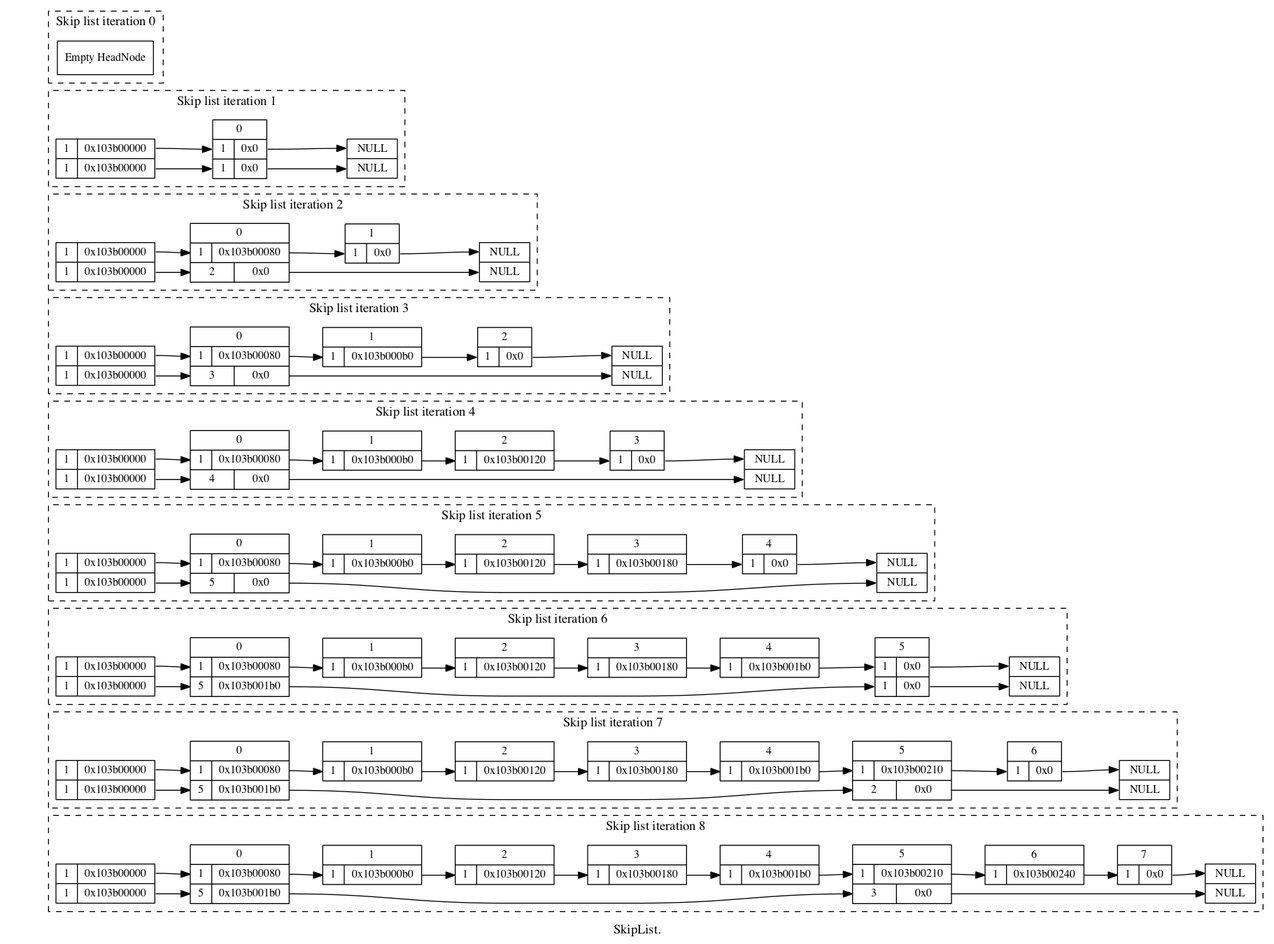
paulross/skiplist keeps this Graphviz diagram as doc/skiplist_visualisation/dot/doc_insert_12-5_percent.png. Above is the earlier version. Its source is kept beside it as doc/skiplist_visualisation/dot/doc_insert_12-5_percent.dot.
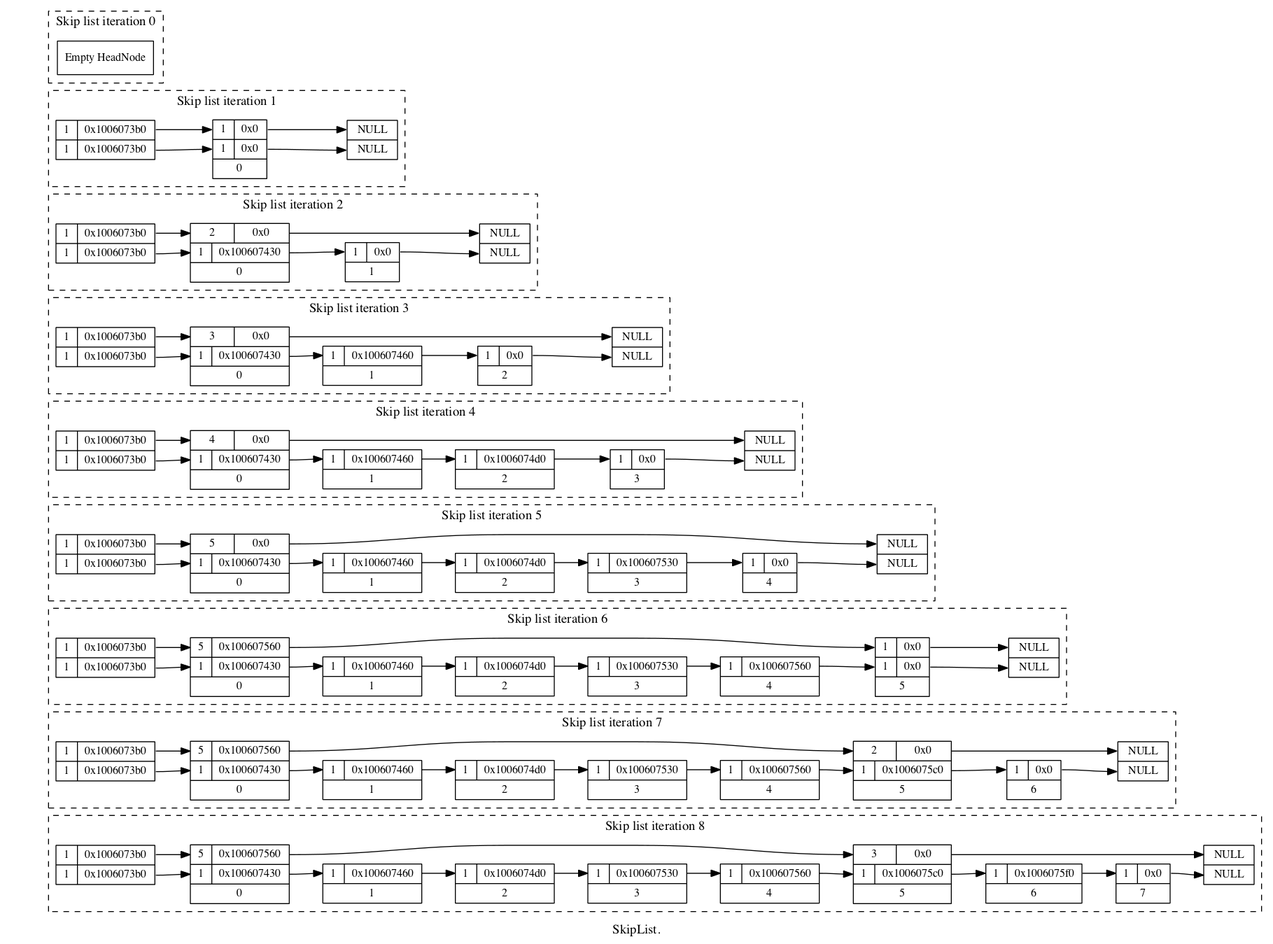
The same file after the commit.

What changed in the source:
```diff
@@ -7,297 +7,324 @@
 subgraph cluster0 {
 style=dashed
 label="Skip list iteration 0"
+
 "HeadNode0" [
 label = "Empty HeadNode"
 shape = "record"
 ];
+
+
 }
 
 subgraph cluster1 {
 style=dashed
 label="Skip list iteration 1"
+
 "HeadNode1" [
-label = "{ 1 | <f0> 0x103b00000} | { 1 | <f1> 0x103b00000}"
+label = "{ 1 | <f2> 0x1006073b0} | { 1 | <f1> 0x1006073b0}"
 shape = "record"
 ];
-"node10x0" [label = "<w1> NULL | <w2> NULL" shape = "record"];
-"HeadNode1":f0 -> "node10x103b00000":w1 [];
-"HeadNode1":f1 -> "node10x103b00000":w2 [];
-"node10x103b00000" [
-label = "<f0> 0 | { <w1> 1 | <f1> 0x0 } | { <w2> 1 | <f2> 0x0 }"
+"HeadNode1":f1 -> "node10x1006073b0":w1 [];
+"HeadNode1":f2 -> "node10x1006073b0":w2 [];
+
+"node10x1006073b0" [
+label = " { <w2> 1 | <f2> 0x0 } | { <w1> 1 | <f1> 0x0 } | <f0> 0"
 shape = "record"
 ];
-"node10x103b00000":f1 -> "node10x0":w1 [];
-"node10x103b00000":f2 -> "node10x0":w2 [];
+"node10x1006073b0":f1 -> "node10x0":w1 [];
+"node10x1006073b0":f2 -> "node10x0":w2 [];
+
+"node10x0" [label = "<w2> NULL | <w1> NULL" shape = "record"];
 }
 
 subgraph cluster2 {
 style=dashed
 label="Skip list iteration 2"
+
 "HeadNode2" [
-label = "{ 1 | <f0> 0x103b00000} | { 1 | <f1> 0x103b00000}"
+label = "{ 1 | <f2> 0x1006073b0} | { 1 | <f1> 0x1006073b0}"
 shape = "record"
 ];
-"node20x0" [label = "<w1> NULL | <w2> NULL" shape = "record"];
-"HeadNode2":f0 -> "node20x103b00000":w1 [];
-"HeadNode2":f1 -> "node20x103b00000":w2 [];
-"node20x103b00000" [
-label = "<f0> 0 | { <w1> 1 | <f1> 0x103b00080 } | { <w2> 2 | <f2> 0x0 }"
+"HeadNode2":f1 -> "node20x1006073b0":w1 [];
+"HeadNode2":f2 -> "node20x1006073b0":w2 [];
+
+"node20x1006073b0" [
+label = " { <w2> 2 | <f2> 0x0 } | { <w1> 1 | <f1> 0x100607430 } | <f0> 0"
 shape = "record"
 ];
-"node20x103b00000":f1 -> "node20x103b00080":w1 [];
-"node20x103b00000":f2 -> "node20x0":w2 [];
-"node20x103b00080" [
-label = "<f0> 1 | { <w1> 1 | <f1> 0x0 }"
+"node20x1006073b0":f1 -> "node20x100607430":w1 [];
+"node20x1006073b0":f2 -> "node20x0":w2 [];
+"node20x100607430" [
+label = " { <w1> 1 | <f1> 0x0 } | <f0> 1"
 shape = "record"
 ];
-"node20x103b00080":f1 -> "node20x0":w1 [];
+"node20x100607430":f1 -> "node20x0":w1 [];
+
+"node20x0" [label = "<w2> NULL | <w1> NULL" shape = "record"];
 }
 
 subgraph cluster3 {
 style=dashed
 label="Skip list iteration 3"
+
 "HeadNode3" [
-label = "{ 1 | <f0> 0x103b00000} | { 1 | <f1> 0x103b00000}"
+label = "{ 1 | <f2> 0x1006073b0} | { 1 | <f1> 0x1006073b0}"
 shape = "record"
 ];
-"node30x0" [label = "<w1> NULL | <w2> NULL" shape = "record"];
-"HeadNode3":f0 -> "node30x103b00000":w1 [];
-"HeadNode3":f1 -> "node30x103b00000":w2 [];
-"node30x103b00000" [
-label = "<f0> 0 | { <w1> 1 | <f1> 0x103b00080 } | { <w2> 3 | <f2> 0x0 }"
+"HeadNode3":f1 -> "node30x1006073b0":w1 [];
+"HeadNode3":f2 -> "node30x1006073b0":w2 [];
+
+"node30x1006073b0" [
+label = " { <w2> 3 | <f2> 0x0 } | { <w1> 1 | <f1> 0x100607430 } | <f0> 0"
 shape = "record"
 ];
-"node30x103b00000":f1 -> "node30x103b00080":w1 [];
-"node30x103b00000":f2 -> "node30x0":w2 [];
-"node30x103b00080" [
-label = "<f0> 1 | { <w1> 1 | <f1> 0x103b000b0 }"
+"node30x1006073b0":f1 -> "node30x100607430":w1 [];
+"node30x1006073b0":f2 -> "node30x0":w2 [];
+"node30x100607430" [
+label = " { <w1> 1 | <f1> 0x100607460 } | <f0> 1"
 shape = "record"
 ];
-"node30x103b00080":f1 -> "node30x103b000b0":w1 [];
-"node30x103b000b0" [
-label = "<f0> 2 | { <w1> 1 | <f1> 0x0 }"
+"node30x100607430":f1 -> "node30x100607460":w1 [];
+"node30x100607460" [
+label = " { <w1> 1 | <f1> 0x0 } | <f0> 2"
 shape = "record"
 ];
-"node30x103b000b0":f1 -> "node30x0":w1 [];
+"node30x100607460":f1 -> "node30x0":w1 [];
+
+"node30x0" [label = "<w2> NULL | <w1> NULL" shape = "record"];
 }
 
 subgraph cluster4 {
 style=dashed
 label="Skip list iteration 4"
+
 "HeadNode4" [
-label = "{ 1 | <f0> 0x103b00000} | { 1 | <f1> 0x103b00000}"
+label = "{ 1 | <f2> 0x1006073b0} | { 1 | <f1> 0x1006073b0}"
 shape = "record"
 ];
-"node40x0" [label = "<w1> NULL | <w2> NULL" shape = "record"];
-"HeadNode4":f0 -> "node40x103b00000":w1 [];
-"HeadNode4":f1 -> "node40x103b00000":w2 [];
-"node40x103b00000" [
-label = "<f0> 0 | { <w1> 1 | <f1> 0x103b00080 } | { <w2> 4 | <f2> 0x0 }"
+"HeadNode4":f1 -> "node40x1006073b0":w1 [];
+"HeadNode4":f2 -> "node40x1006073b0":w2 [];
+
+"node40x1006073b0" [
+label = " { <w2> 4 | <f2> 0x0 } | { <w1> 1 | <f1> 0x100607430 } | <f0> 0"
 shape = "record"
 ];
-"node40x103b00000":f1 -> "node40x103b00080":w1 [];
-"node40x103b00000":f2 -> "node40x0":w2 [];
-"node40x103b00080" [
-label = "<f0> 1 | { <w1> 1 | <f1> 0x103b000b0 }"
+"node40x1006073b0":f1 -> "node40x100607430":w1 [];
+"node40x1006073b0":f2 -> "node40x0":w2 [];
+"node40x100607430" [
+label = " { <w1> 1 | <f1> 0x100607460 } | <f0> 1"
 shape = "record"
 ];
-"node40x103b00080":f1 -> "node40x103b000b0":w1 [];
-"node40x103b000b0" [
-label = "<f0> 2 | { <w1> 1 | <f1> 0x103b00120 }"
+"node40x100607430":f1 -> "node40x100607460":w1 [];
+"node40x100607460" [
+label = " { <w1> 1 | <f1> 0x1006074d0 } | <f0> 2"
 shape = "record"
 ];
-"node40x103b000b0":f1 -> "node40x103b00120":w1 [];
-"node40x103b00120" [
-label = "<f0> 3 | { <w1> 1 | <f1> 0x0 }"
+"node40x100607460":f1 -> "node40x1006074d0":w1 [];
+"node40x1006074d0" [
+label = " { <w1> 1 | <f1> 0x0 } | <f0> 3"
 shape = "record"
 ];
-"node40x103b00120":f1 -> "node40x0":w1 [];
+"node40x1006074d0":f1 -> "node40x0":w1 [];
+
+"node40x0" [label = "<w2> NULL | <w1> NULL" shape = "record"];
 }
 
 subgraph cluster5 {
 style=dashed
 label="Skip list iteration 5"
+
 "HeadNode5" [
-label = "{ 1 | <f0> 0x103b00000} | { 1 | <f1> 0x103b00000}"
+label = "{ 1 | <f2> 0x1006073b0} | { 1 | <f1> 0x1006073b0}"
 shape = "record"
 ];
-"node50x0" [label = "<w1> NULL | <w2> NULL" shape = "record"];
-"HeadNode5":f0 -> "node50x103b00000":w1 [];
-"HeadNode5":f1 -> "node50x103b00000":w2 [];
-"node50x103b00000" [
-label = "<f0> 0 | { <w1> 1 | <f1> 0x103b00080 } | { <w2> 5 | <f2> 0x0 }"
+"HeadNode5":f1 -> "node50x1006073b0":w1 [];
+"HeadNode5":f2 -> "node50x1006073b0":w2 [];
+
+"node50x1006073b0" [
+label = " { <w2> 5 | <f2> 0x0 } | { <w1> 1 | <f1> 0x100607430 } | <f0> 0"
 shape = "record"
 ];
-"node50x103b00000":f1 -> "node50x103b00080":w1 [];
-"node50x103b00000":f2 -> "node50x0":w2 [];
-"node50x103b00080" [
-label = "<f0> 1 | { <w1> 1 | <f1> 0x103b000b0 }"
+"node50x1006073b0":f1 -> "node50x100607430":w1 [];
+"node50x1006073b0":f2 -> "node50x0":w2 [];
+"node50x100607430" [
+label = " { <w1> 1 | <f1> 0x100607460 } | <f0> 1"
 shape = "record"
 ];
-"node50x103b00080":f1 -> "node50x103b000b0":w1 [];
-"node50x103b000b0" [
-label = "<f0> 2 | { <w1> 1 | <f1> 0x103b00120 }"
+"node50x100607430":f1 -> "node50x100607460":w1 [];
+"node50x100607460" [
+label = " { <w1> 1 | <f1> 0x1006074d0 } | <f0> 2"
 shape = "record"
 ];
-"node50x103b000b0":f1 -> "node50x103b00120":w1 [];
-"node50x103b00120" [
-label = "<f0> 3 | { <w1> 1 | <f1> 0x103b00180 }"
+"node50x100607460":f1 -> "node50x1006074d0":w1 [];
+"node50x1006074d0" [
+label = " { <w1> 1 | <f1> 0x100607530 } | <f0> 3"
 shape = "record"
 ];
-"node50x103b00120":f1 -> "node50x103b00180":w1 [];
-"node50x103b00180" [
-label = "<f0> 4 | { <w1> 1 | <f1> 0x0 }"
+"node50x1006074d0":f1 -> "node50x100607530":w1 [];
+"node50x100607530" [
+label = " { <w1> 1 | <f1> 0x0 } | <f0> 4"
 shape = "record"
 ];
-"node50x103b00180":f1 -> "node50x0":w1 [];
+"node50x100607530":f1 -> "node50x0":w1 [];
+
+"node50x0" [label = "<w2> NULL | <w1> NULL" shape = "record"];
 }
 
 subgraph cluster6 {
 style=dashed
 label="Skip list iteration 6"
+
 "HeadNode6" [
-label = "{ 1 | <f0> 0x103b00000} | { 1 | <f1> 0x103b00000}"
+label = "{ 1 | <f2> 0x1006073b0} | { 1 | <f1> 0x1006073b0}"
 shape = "record"
 ];
-"node60x0" [label = "<w1> NULL | <w2> NULL" shape = "record"];
-"HeadNode6":f0 -> "node60x103b00000":w1 [];
-"HeadNode6":f1 -> "node60x103b00000":w2 [];
-"node60x103b00000" [
-label = "<f0> 0 | { <w1> 1 | <f1> 0x103b00080 } | { <w2> 5 | <f2> 0x103b001b0 }"
+"HeadNode6":f1 -> "node60x1006073b0":w1 [];
+"HeadNode6":f2 -> "node60x1006073b0":w2 [];
+
+"node60x1006073b0" [
+label = " { <w2> 5 | <f2> 0x100607560 } | { <w1> 1 | <f1> 0x100607430 } | <f0> 0"
 shape = "record"
 ];
-"node60x103b00000":f1 -> "node60x103b00080":w1 [];
-"node60x103b00000":f2 -> "node60x103b001b0":w2 [];
-"node60x103b00080" [
-label = "<f0> 1 | { <w1> 1 | <f1> 0x103b000b0 }"
+"node60x1006073b0":f1 -> "node60x100607430":w1 [];
+"node60x1006073b0":f2 -> "node60x100607560":w2 [];
+"node60x100607430" [
+label = " { <w1> 1 | <f1> 0x100607460 } | <f0> 1"
 shape = "record"
 ];
-"node60x103b00080":f1 -> "node60x103b000b0":w1 [];
-"node60x103b000b0" [
-label = "<f0> 2 | { <w1> 1 | <f1> 0x103b00120 }"
+"node60x100607430":f1 -> "node60x100607460":w1 [];
+"node60x100607460" [
+label = " { <w1> 1 | <f1> 0x1006074d0 } | <f0> 2"
 shape = "record"
 ];
-"node60x103b000b0":f1 -> "node60x103b00120":w1 [];
-"node60x103b00120" [
-label = "<f0> 3 | { <w1> 1 | <f1> 0x103b00180 }"
+"node60x100607460":f1 -> "node60x1006074d0":w1 [];
+"node60x1006074d0" [
+label = " { <w1> 1 | <f1> 0x100607530 } | <f0> 3"
 shape = "record"
 ];
-"node60x103b00120":f1 -> "node60x103b00180":w1 [];
-"node60x103b00180" [
-label = "<f0> 4 | { <w1> 1 | <f1> 0x103b001b0 }"
+"node60x1006074d0":f1 -> "node60x100607530":w1 [];
+"node60x100607530" [
+label = " { <w1> 1 | <f1> 0x100607560 } | <f0> 4"
 shape = "record"
 ];
-"node60x103b00180":f1 -> "node60x103b001b0":w1 [];
-"node60x103b001b0" [
-label = "<f0> 5 | { <w1> 1 | <f1> 0x0 } | { <w2> 1 | <f2> 0x0 }"
+"node60x100607530":f1 -> "node60x100607560":w1 [];
+"node60x100607560" [
+label = " { <w2> 1 | <f2> 0x0 } | { <w1> 1 | <f1> 0x0 } | <f0> 5"
 shape = "record"
 ];
-"node60x103b001b0":f1 -> "node60x0":w1 [];
-"node60x103b001b0":f2 -> "node60x0":w2 [];
+"node60x100607560":f1 -> "node60x0":w1 [];
+"node60x100607560":f2 -> "node60x0":w2 [];
+
+"node60x0" [label = "<w2> NULL | <w1> NULL" shape = "record"];
 }
 
 subgraph cluster7 {
 style=dashed
 label="Skip list iteration 7"
+
 "HeadNode7" [
-label = "{ 1 | <f0> 0x103b00000} | { 1 | <f1> 0x103b00000}"
+label = "{ 1 | <f2> 0x1006073b0} | { 1 | <f1> 0x1006073b0}"
 shape = "record"
 ];
-"node70x0" [label = "<w1> NULL | <w2> NULL" shape = "record"];
-"HeadNode7":f0 -> "node70x103b00000":w1 [];
-"HeadNode7":f1 -> "node70x103b00000":w2 [];
-"node70x103b00000" [
-label = "<f0> 0 | { <w1> 1 | <f1> 0x103b00080 } | { <w2> 5 | <f2> 0x103b001b0 }"
+"HeadNode7":f1 -> "node70x1006073b0":w1 [];
+"HeadNode7":f2 -> "node70x1006073b0":w2 [];
+
+"node70x1006073b0" [
+label = " { <w2> 5 | <f2> 0x100607560 } | { <w1> 1 | <f1> 0x100607430 } | <f0> 0"
 shape = "record"
 ];
-"node70x103b00000":f1 -> "node70x103b00080":w1 [];
-"node70x103b00000":f2 -> "node70x103b001b0":w2 [];
-"node70x103b00080" [
-label = "<f0> 1 | { <w1> 1 | <f1> 0x103b000b0 }"
+"node70x1006073b0":f1 -> "node70x100607430":w1 [];
+"node70x1006073b0":f2 -> "node70x100607560":w2 [];
+"node70x100607430" [
+label = " { <w1> 1 | <f1> 0x100607460 } | <f0> 1"
 shape = "record"
 ];
-"node70x103b00080":f1 -> "node70x103b000b0":w1 [];
-"node70x103b000b0" [
-label = "<f0> 2 | { <w1> 1 | <f1> 0x103b00120 }"
+"node70x100607430":f1 -> "node70x100607460":w1 [];
+"node70x100607460" [
+label = " { <w1> 1 | <f1> 0x1006074d0 } | <f0> 2"
 shape = "record"
 ];
-"node70x103b000b0":f1 -> "node70x103b00120":w1 [];
-"node70x103b00120" [
-label = "<f0> 3 | { <w1> 1 | <f1> 0x103b00180 }"
+"node70x100607460":f1 -> "node70x1006074d0":w1 [];
+"node70x1006074d0" [
+label = " { <w1> 1 | <f1> 0x100607530 } | <f0> 3"
 shape = "record"
 ];
-"node70x103b00120":f1 -> "node70x103b00180":w1 [];
-"node70x103b00180" [
-label = "<f0> 4 | { <w1> 1 | <f1> 0x103b001b0 }"
+"node70x1006074d0":f1 -> "node70x100607530":w1 [];
+"node70x100607530" [
+label = " { <w1> 1 | <f1> 0x100607560 } | <f0> 4"
 shape = "record"
 ];
-"node70x103b00180":f1 -> "node70x103b001b0":w1 [];
-"node70x103b001b0" [
-label = "<f0> 5 | { <w1> 1 | <f1> 0x103b00210 } | { <w2> 2 | <f2> 0x0 }"
+"node70x100607530":f1 -> "node70x100607560":w1 [];
+"node70x100607560" [
+label = " { <w2> 2 | <f2> 0x0 } | { <w1> 1 | <f1> 0x1006075c0 } | <f0> 5"
 shape = "record"
 ];
-"node70x103b001b0":f1 -> "node70x103b00210":w1 [];
-"node70x103b001b0":f2 -> "node70x0":w2 [];
-"node70x103b00210" [
-label = "<f0> 6 | { <w1> 1 | <f1> 0x0 }"
+"node70x100607560":f1 -> "node70x1006075c0":w1 [];
+"node70x100607560":f2 -> "node70x0":w2 [];
+"node70x1006075c0" [
+label = " { <w1> 1 | <f1> 0x0 } | <f0> 6"
 shape = "record"
 ];
-"node70x103b00210":f1 -> "node70x0":w1 [];
+"node70x1006075c0":f1 -> "node70x0":w1 [];
+
+"node70x0" [label = "<w2> NULL | <w1> NULL" shape = "record"];
 }
 
 subgraph cluster8 {
 style=dashed
 label="Skip list iteration 8"
+
 "HeadNode8" [
-label = "{ 1 | <f0> 0x103b00000} | { 1 | <f1> 0x103b00000}"
+label = "{ 1 | <f2> 0x1006073b0} | { 1 | <f1> 0x1006073b0}"
 shape = "record"
 ];
-"node80x0" [label = "<w1> NULL | <w2> NULL" shape = "record"];
-"HeadNode8":f0 -> "node80x103b00000":w1 [];
-"HeadNode8":f1 -> "node80x103b00000":w2 [];
-"node80x103b00000" [
-label = "<f0> 0 | { <w1> 1 | <f1> 0x103b00080 } | { <w2> 5 | <f2> 0x103b001b0 }"
+"HeadNode8":f1 -> "node80x1006073b0":w1 [];
+"HeadNode8":f2 -> "node80x1006073b0":w2 [];
+
+"node80x1006073b0" [
+label = " { <w2> 5 | <f2> 0x100607560 } | { <w1> 1 | <f1> 0x100607430 } | <f0> 0"
 shape = "record"
 ];
-"node80x103b00000":f1 -> "node80x103b00080":w1 [];
-"node80x103b00000":f2 -> "node80x103b001b0":w2 [];
-"node80x103b00080" [
-label = "<f0> 1 | { <w1> 1 | <f1> 0x103b000b0 }"
+"node80x1006073b0":f1 -> "node80x100607430":w1 [];
+"node80x1006073b0":f2 -> "node80x100607560":w2 [];
+"node80x100607430" [
+label = " { <w1> 1 | <f1> 0x100607460 } | <f0> 1"
 shape = "record"
 ];
-"node80x103b00080":f1 -> "node80x103b000b0":w1 [];
-"node80x103b000b0" [
-label = "<f0> 2 | { <w1> 1 | <f1> 0x103b00120 }"
+"node80x100607430":f1 -> "node80x100607460":w1 [];
+"node80x100607460" [
+label = " { <w1> 1 | <f1> 0x1006074d0 } | <f0> 2"
 shape = "record"
 ];
-"node80x103b000b0":f1 -> "node80x103b00120":w1 [];
-"node80x103b00120" [
-label = "<f0> 3 | { <w1> 1 | <f1> 0x103b00180 }"
+"node80x100607460":f1 -> "node80x1006074d0":w1 [];
+"node80x1006074d0" [
+label = " { <w1> 1 | <f1> 0x100607530 } | <f0> 3"
 shape = "record"
 ];
-"node80x103b00120":f1 -> "node80x103b00180":w1 [];
-"node80x103b00180" [
-label = "<f0> 4 | { <w1> 1 | <f1> 0x103b001b0 }"
+"node80x1006074d0":f1 -> "node80x100607530":w1 [];
+"node80x100607530" [
+label = " { <w1> 1 | <f1> 0x100607560 } | <f0> 4"
 shape = "record"
 ];
-"node80x103b00180":f1 -> "node80x103b001b0":w1 [];
-"node80x103b001b0" [
-label = "<f0> 5 | { <w1> 1 | <f1> 0x103b00210 } | { <w2> 3 | <f2> 0x0 }"
+"node80x100607530":f1 -> "node80x100607560":w1 [];
+"node80x100607560" [
+label = " { <w2> 3 | <f2> 0x0 } | { <w1> 1 | <f1> 0x1006075c0 } | <f0> 5"
 shape = "record"
 ];
-"node80x103b001b0":f1 -> "node80x103b00210":w1 [];
-"node80x103b001b0":f2 -> "node80x0":w2 [];
-"node80x103b00210" [
-label = "<f0> 6 | { <w1> 1 | <f1> 0x103b00240 }"
+"node80x100607560":f1 -> "node80x1006075c0":w1 [];
+"node80x100607560":f2 -> "node80x0":w2 [];
+"node80x1006075c0" [
+label = " { <w1> 1 | <f1> 0x1006075f0 } | <f0> 6"
 shape = "record"
 ];
-"node80x103b00210":f1 -> "node80x103b00240":w1 [];
-"node80x103b00240" [
-label = "<f0> 7 | { <w1> 1 | <f1> 0x0 }"
+"node80x1006075c0":f1 -> "node80x1006075f0":w1 [];
+"node80x1006075f0" [
+label = " { <w1> 1 | <f1> 0x0 } | <f0> 7"
 shape = "record"
 ];
-"node80x103b00240":f1 -> "node80x0":w1 [];
+"node80x1006075f0":f1 -> "node80x0":w1 [];
+
+"node80x0" [label = "<w2> NULL | <w1> NULL" shape = "record"];
 }
 
 node0 [shape=record, label = "<f0> | <f1> | <f2> | <f3> | <f4> | <f5> | <f6> | <f7> | <f8> | ", style=invis, width=0.01];
```
